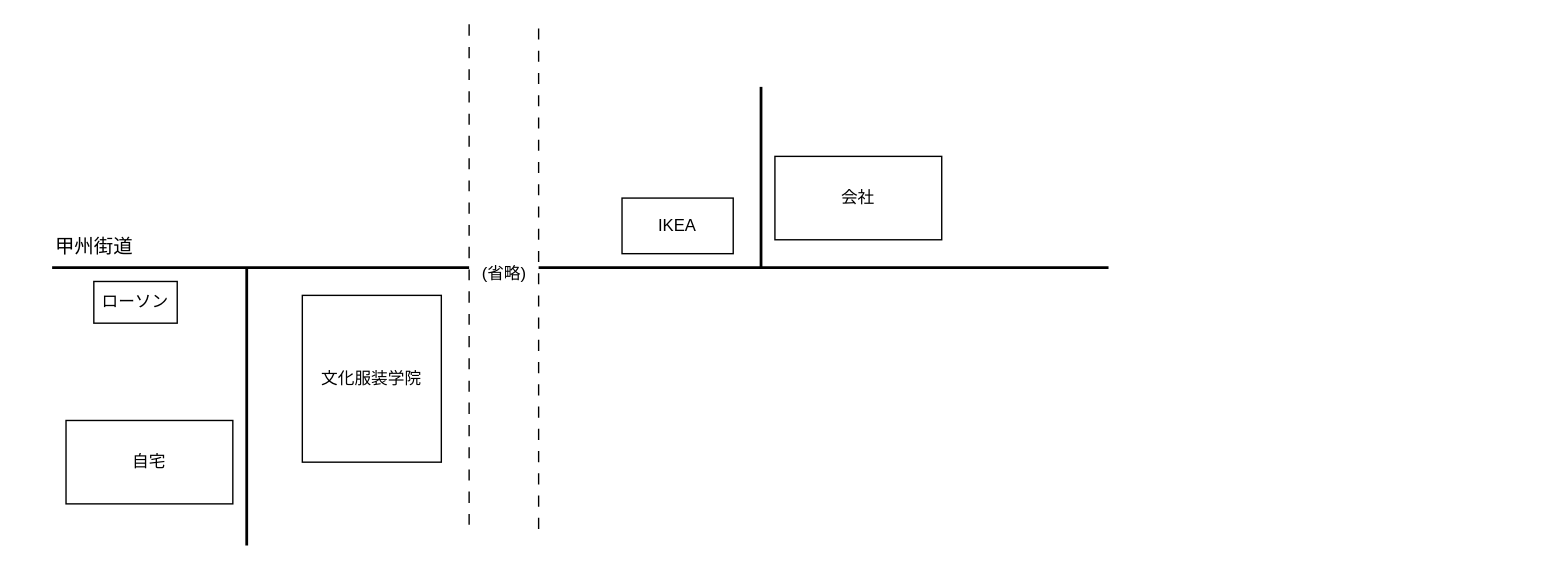
ucsaeki/UML_chonyumon keeps this draw.io diagram as Lesson02/Lesson2-1.drawio. Above is the earlier version. Source tidied: cells renumbered, new cells numbered last; positions are measured from the earlier drawing's top-left corner, leaving out a move shared by most shapes. Both pictures are drawn from the tidied source at 139%, with x=0, y=0 at pixel (38, 24).
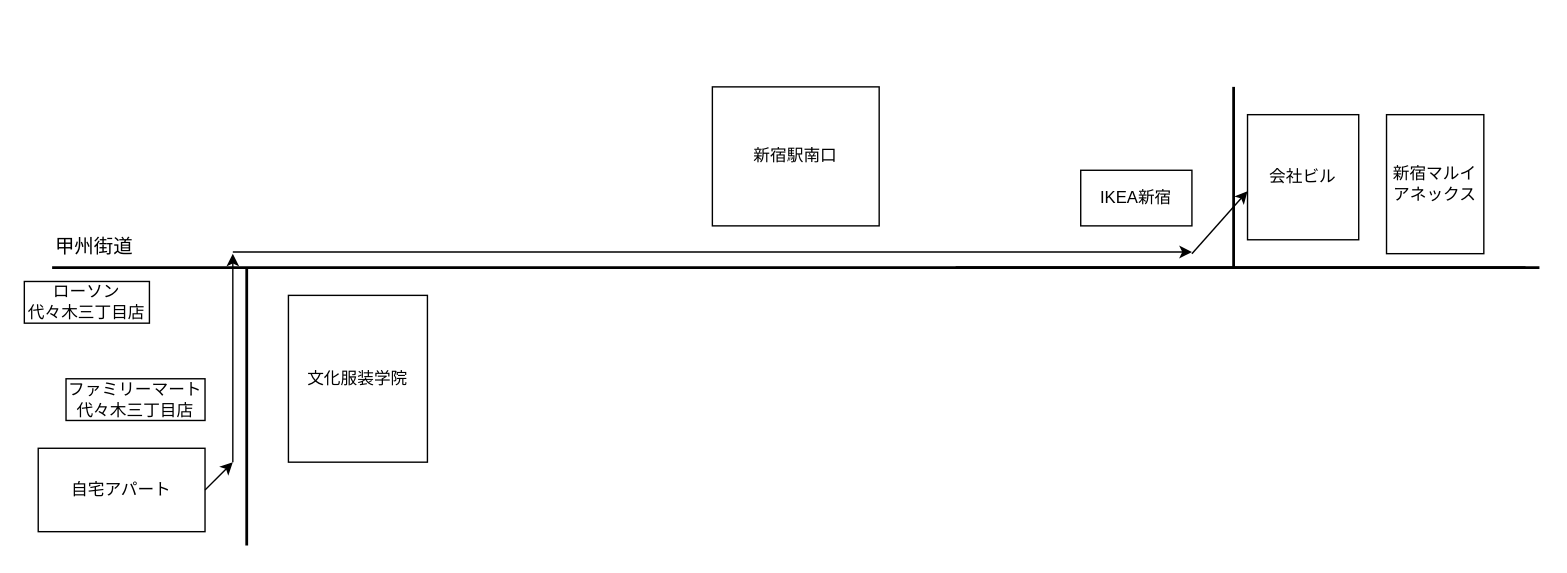
The same diagram, later.

Diff of the diagram source:
```diff
@@
-    <mxCell id="2" value="会社" style="rounded=0;whiteSpace=wrap;html=1;" parent="1" vertex="1">
-      <mxGeometry x="530" y="95" width="120" height="60" as="geometry" />
+    <mxCell id="2" value="会社ビル" style="rounded=0;whiteSpace=wrap;html=1;" parent="1" vertex="1">
+      <mxGeometry x="870" y="65" width="80" height="90" as="geometry" />
     </mxCell>
-    <mxCell id="3" value="自宅" style="rounded=0;whiteSpace=wrap;html=1;" parent="1" vertex="1">
-      <mxGeometry x="20" y="285" width="120" height="60" as="geometry" />
+    <mxCell id="3" value="自宅アパート" style="rounded=0;whiteSpace=wrap;html=1;" parent="1" vertex="1">
+      <mxGeometry y="305" width="120" height="60" as="geometry" />
     </mxCell>
     <mxCell id="4" style="endArrow=none;html=1;rounded=0;strokeWidth=2;" parent="1" edge="1">
       <mxGeometry relative="1" as="geometry">
         <mxPoint x="10" y="175" as="sourcePoint" />
-        <mxPoint x="310" y="175" as="targetPoint" />
+        <mxPoint x="1080" y="175" as="targetPoint" />
       </mxGeometry>
     </mxCell>
@@
     <mxCell id="7" style="endArrow=none;html=1;rounded=0;strokeWidth=2;" parent="1" edge="1">
       <mxGeometry x="-0.08" relative="1" as="geometry">
-        <mxPoint x="520" y="175" as="sourcePoint" />
-        <mxPoint x="520" y="45" as="targetPoint" />
+        <mxPoint x="860" y="175" as="sourcePoint" />
+        <mxPoint x="860" y="45" as="targetPoint" />
       </mxGeometry>
     </mxCell>
-    <mxCell id="8" value="IKEA" style="rounded=0;whiteSpace=wrap;html=1;" parent="1" vertex="1">
-      <mxGeometry x="420" y="125" width="80" height="40" as="geometry" />
+    <mxCell id="8" value="IKEA新宿" style="rounded=0;whiteSpace=wrap;html=1;" parent="1" vertex="1">
+      <mxGeometry x="750" y="105" width="80" height="40" as="geometry" />
     </mxCell>
-    <mxCell id="9" value="ローソン" style="rounded=0;whiteSpace=wrap;html=1;" parent="1" vertex="1">
-      <mxGeometry x="40" y="185" width="60" height="30" as="geometry" />
+    <mxCell id="9" value="ローソン&lt;div&gt;代々木三丁目店&lt;/div&gt;" style="rounded=0;whiteSpace=wrap;html=1;" parent="1" vertex="1">
+      <mxGeometry x="-10" y="185" width="90" height="30" as="geometry" />
     </mxCell>
     <mxCell id="10" value="文化服装学院" style="rounded=0;whiteSpace=wrap;html=1;" parent="1" vertex="1">
-      <mxGeometry x="190" y="195" width="100" height="120" as="geometry" />
+      <mxGeometry x="180" y="195" width="100" height="120" as="geometry" />
     </mxCell>
-    <mxCell id="11" style="endArrow=none;html=1;rounded=0;curved=1;dashed=1;dashPattern=8 8;" parent="1" edge="1">
-      <mxGeometry relative="1" as="geometry">
-        <mxPoint x="310" y="360" as="sourcePoint" />
-        <mxPoint x="310" as="targetPoint" />
-      </mxGeometry>
-    </mxCell>
-    <mxCell id="12" style="endArrow=none;dashed=1;html=1;strokeWidth=1;rounded=0;dashPattern=8 8;" parent="1" edge="1">
-      <mxGeometry relative="1" as="geometry">
-        <mxPoint x="360" y="363" as="sourcePoint" />
-        <mxPoint x="360" y="3" as="targetPoint" />
-      </mxGeometry>
-    </mxCell>
     <mxCell id="13" style="endArrow=none;html=1;rounded=0;strokeWidth=2;" parent="1" edge="1">
       <mxGeometry relative="1" as="geometry">
-        <mxPoint x="360" y="175" as="sourcePoint" />
-        <mxPoint x="770" y="175" as="targetPoint" />
+        <mxPoint x="660" y="175" as="sourcePoint" />
+        <mxPoint x="1070" y="175" as="targetPoint" />
       </mxGeometry>
     </mxCell>
-    <mxCell id="14" value="(省略)" style="text;html=1;align=center;verticalAlign=middle;strokeColor=none;fillColor=none;" parent="1" vertex="1">
-      <mxGeometry x="305" y="165" width="60" height="30" as="geometry" />
-    </mxCell>
+    <mxCell id="15" value="ファミリーマート&lt;div&gt;代々木三丁目店&lt;/div&gt;" style="rounded=0;whiteSpace=wrap;html=1;" parent="1" vertex="1">
+      <mxGeometry x="20" y="255" width="100" height="30" as="geometry" />
+    </mxCell>
+    <mxCell id="16" value="新宿駅南口" style="rounded=0;whiteSpace=wrap;html=1;" parent="1" vertex="1">
+      <mxGeometry x="485" y="45" width="120" height="100" as="geometry" />
+    </mxCell>
+    <mxCell id="17" style="endArrow=classic;html=1;rounded=0;exitX=1;exitY=0.5;exitDx=0;exitDy=0;" parent="1" edge="1" source="3">
+      <mxGeometry relative="1" as="geometry">
+        <mxPoint x="140" y="315" as="targetPoint" />
+      </mxGeometry>
+    </mxCell>
+    <mxCell id="18" style="endArrow=classic;html=1;rounded=0;" parent="1" edge="1">
+      <mxGeometry relative="1" as="geometry">
+        <mxPoint x="140" y="315" as="sourcePoint" />
+        <mxPoint x="140" y="165" as="targetPoint" />
+      </mxGeometry>
+    </mxCell>
+    <mxCell id="19" style="endArrow=classic;html=1;rounded=0;" parent="1" edge="1">
+      <mxGeometry relative="1" as="geometry">
+        <mxPoint x="140" y="163.8" as="sourcePoint" />
+        <mxPoint x="830" y="163.8" as="targetPoint" />
+      </mxGeometry>
+    </mxCell>
+    <mxCell id="20" style="endArrow=classic;html=1;rounded=0;entryX=0;entryY=0.5;entryDx=0;entryDy=0;" parent="1" edge="1">
+      <mxGeometry relative="1" as="geometry">
+        <mxPoint x="830" y="165" as="sourcePoint" />
+        <mxPoint x="870" y="120" as="targetPoint" />
+      </mxGeometry>
+    </mxCell>
+    <mxCell id="21" value="新宿マルイ&lt;div&gt;アネックス&lt;/div&gt;" style="rounded=0;whiteSpace=wrap;html=1;" parent="1" vertex="1">
+      <mxGeometry x="970" y="65" width="70" height="100" as="geometry" />
+    </mxCell>
```
